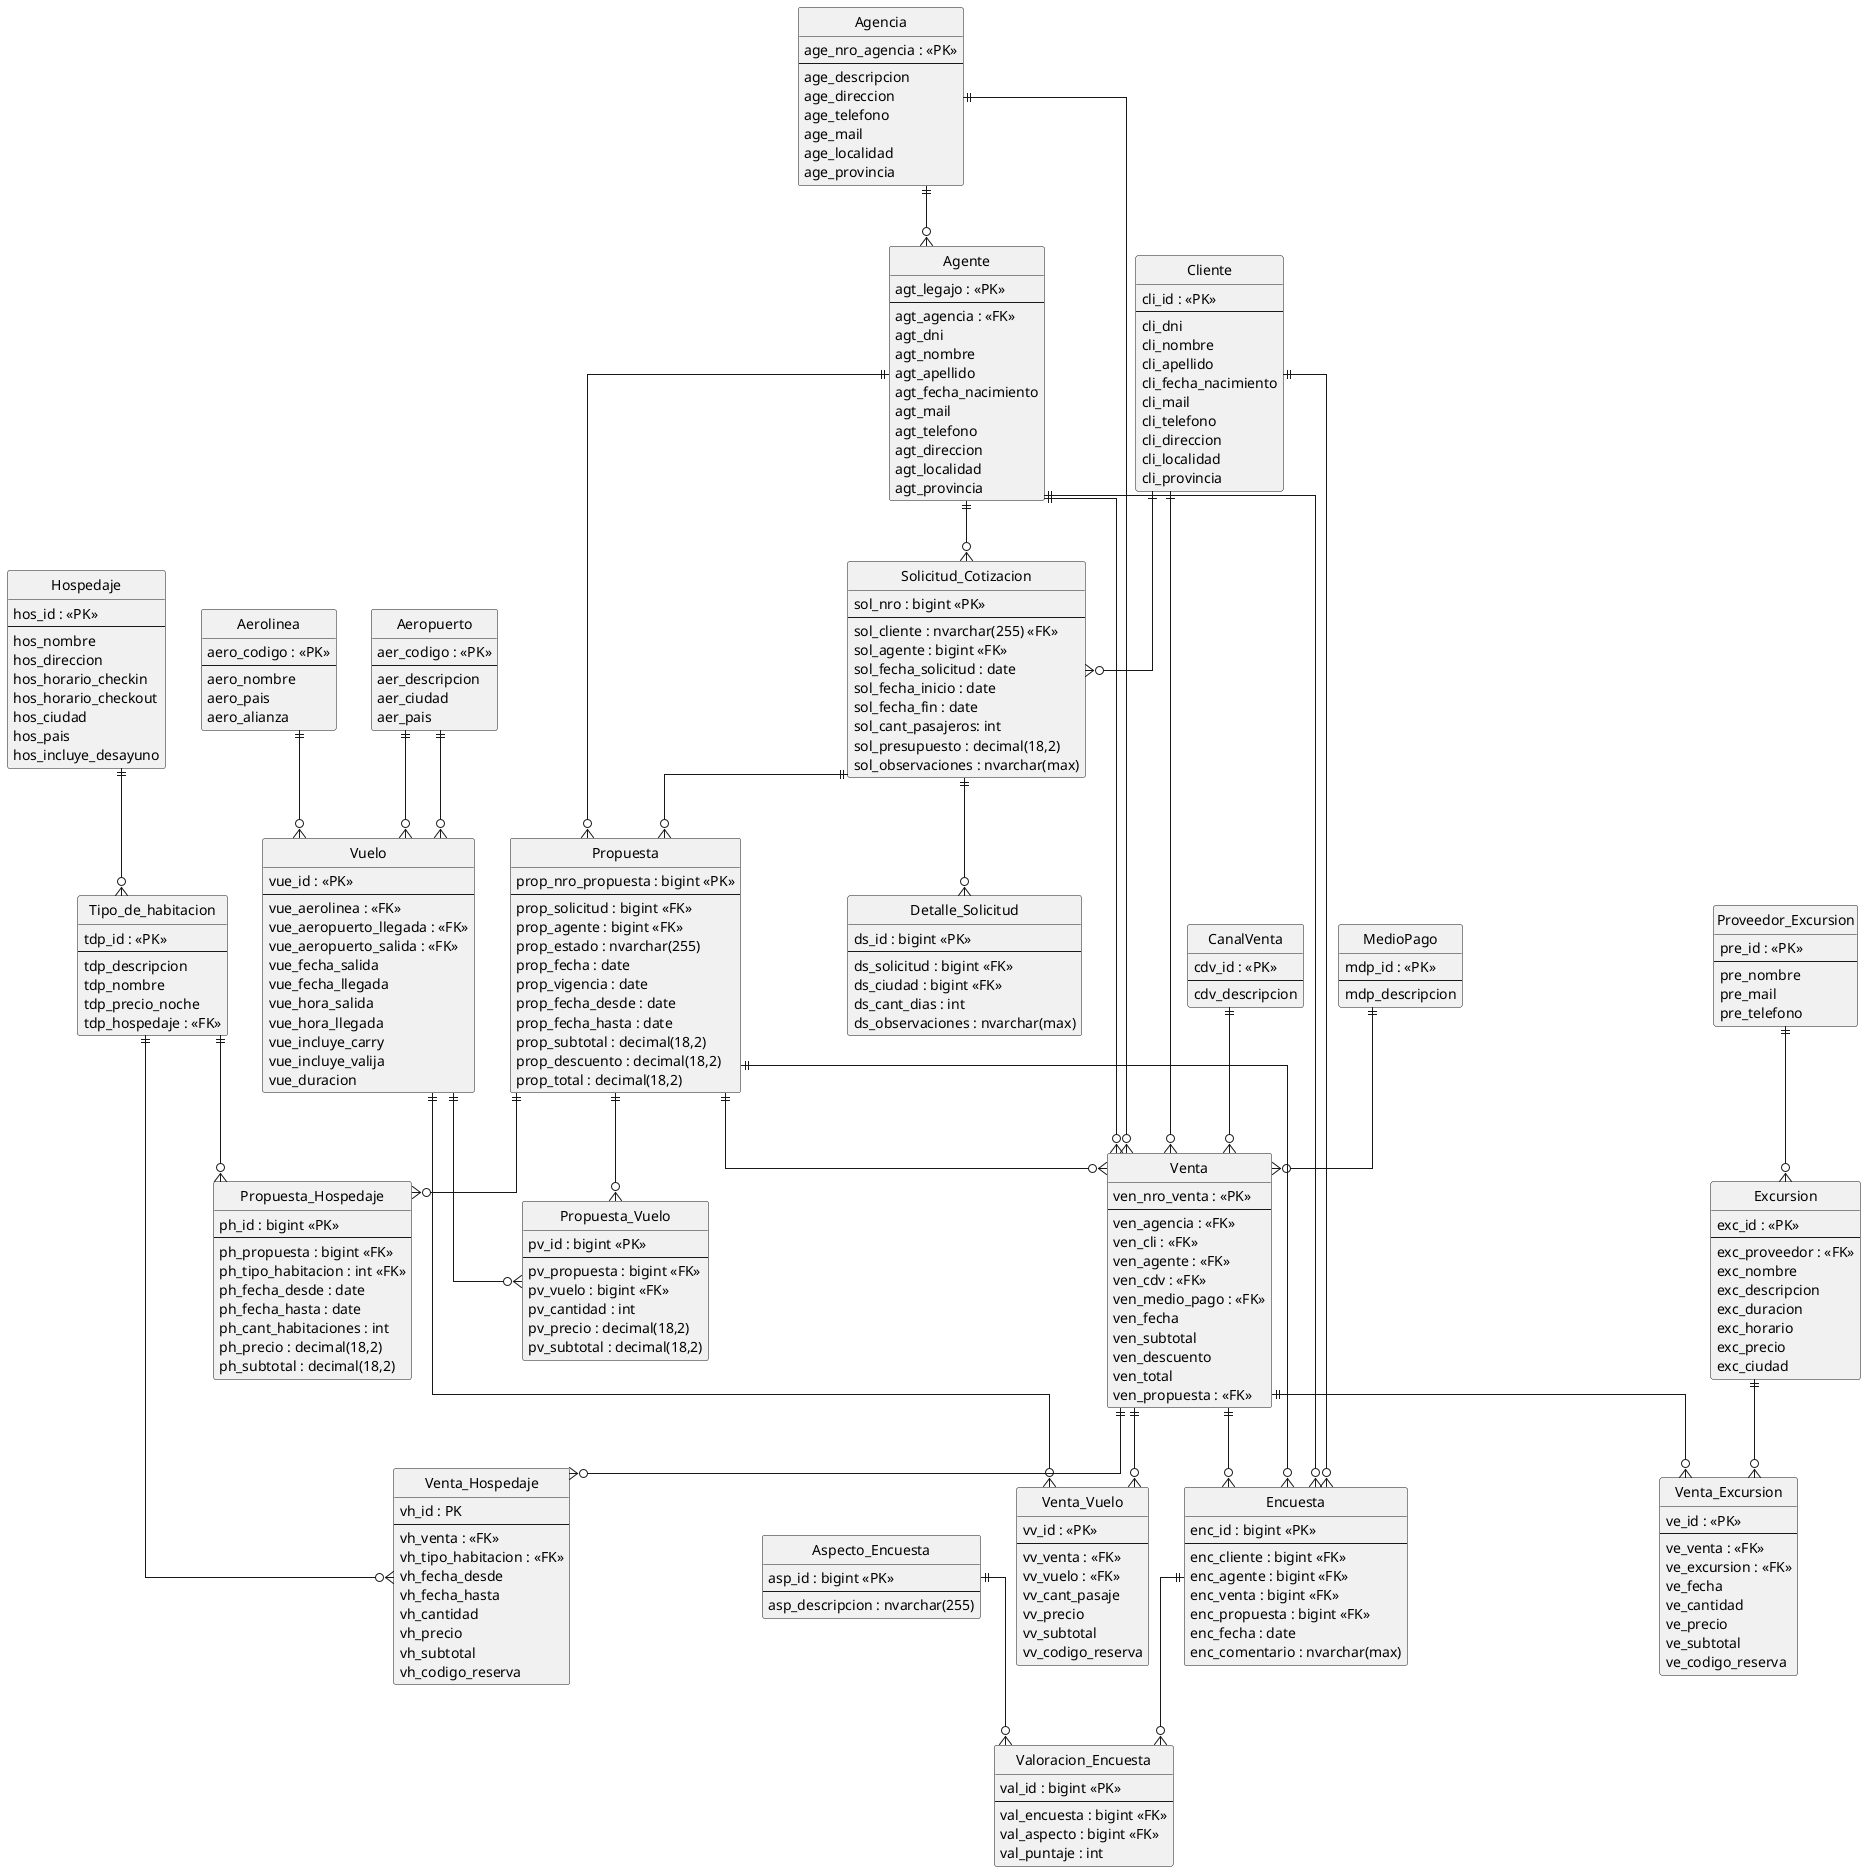
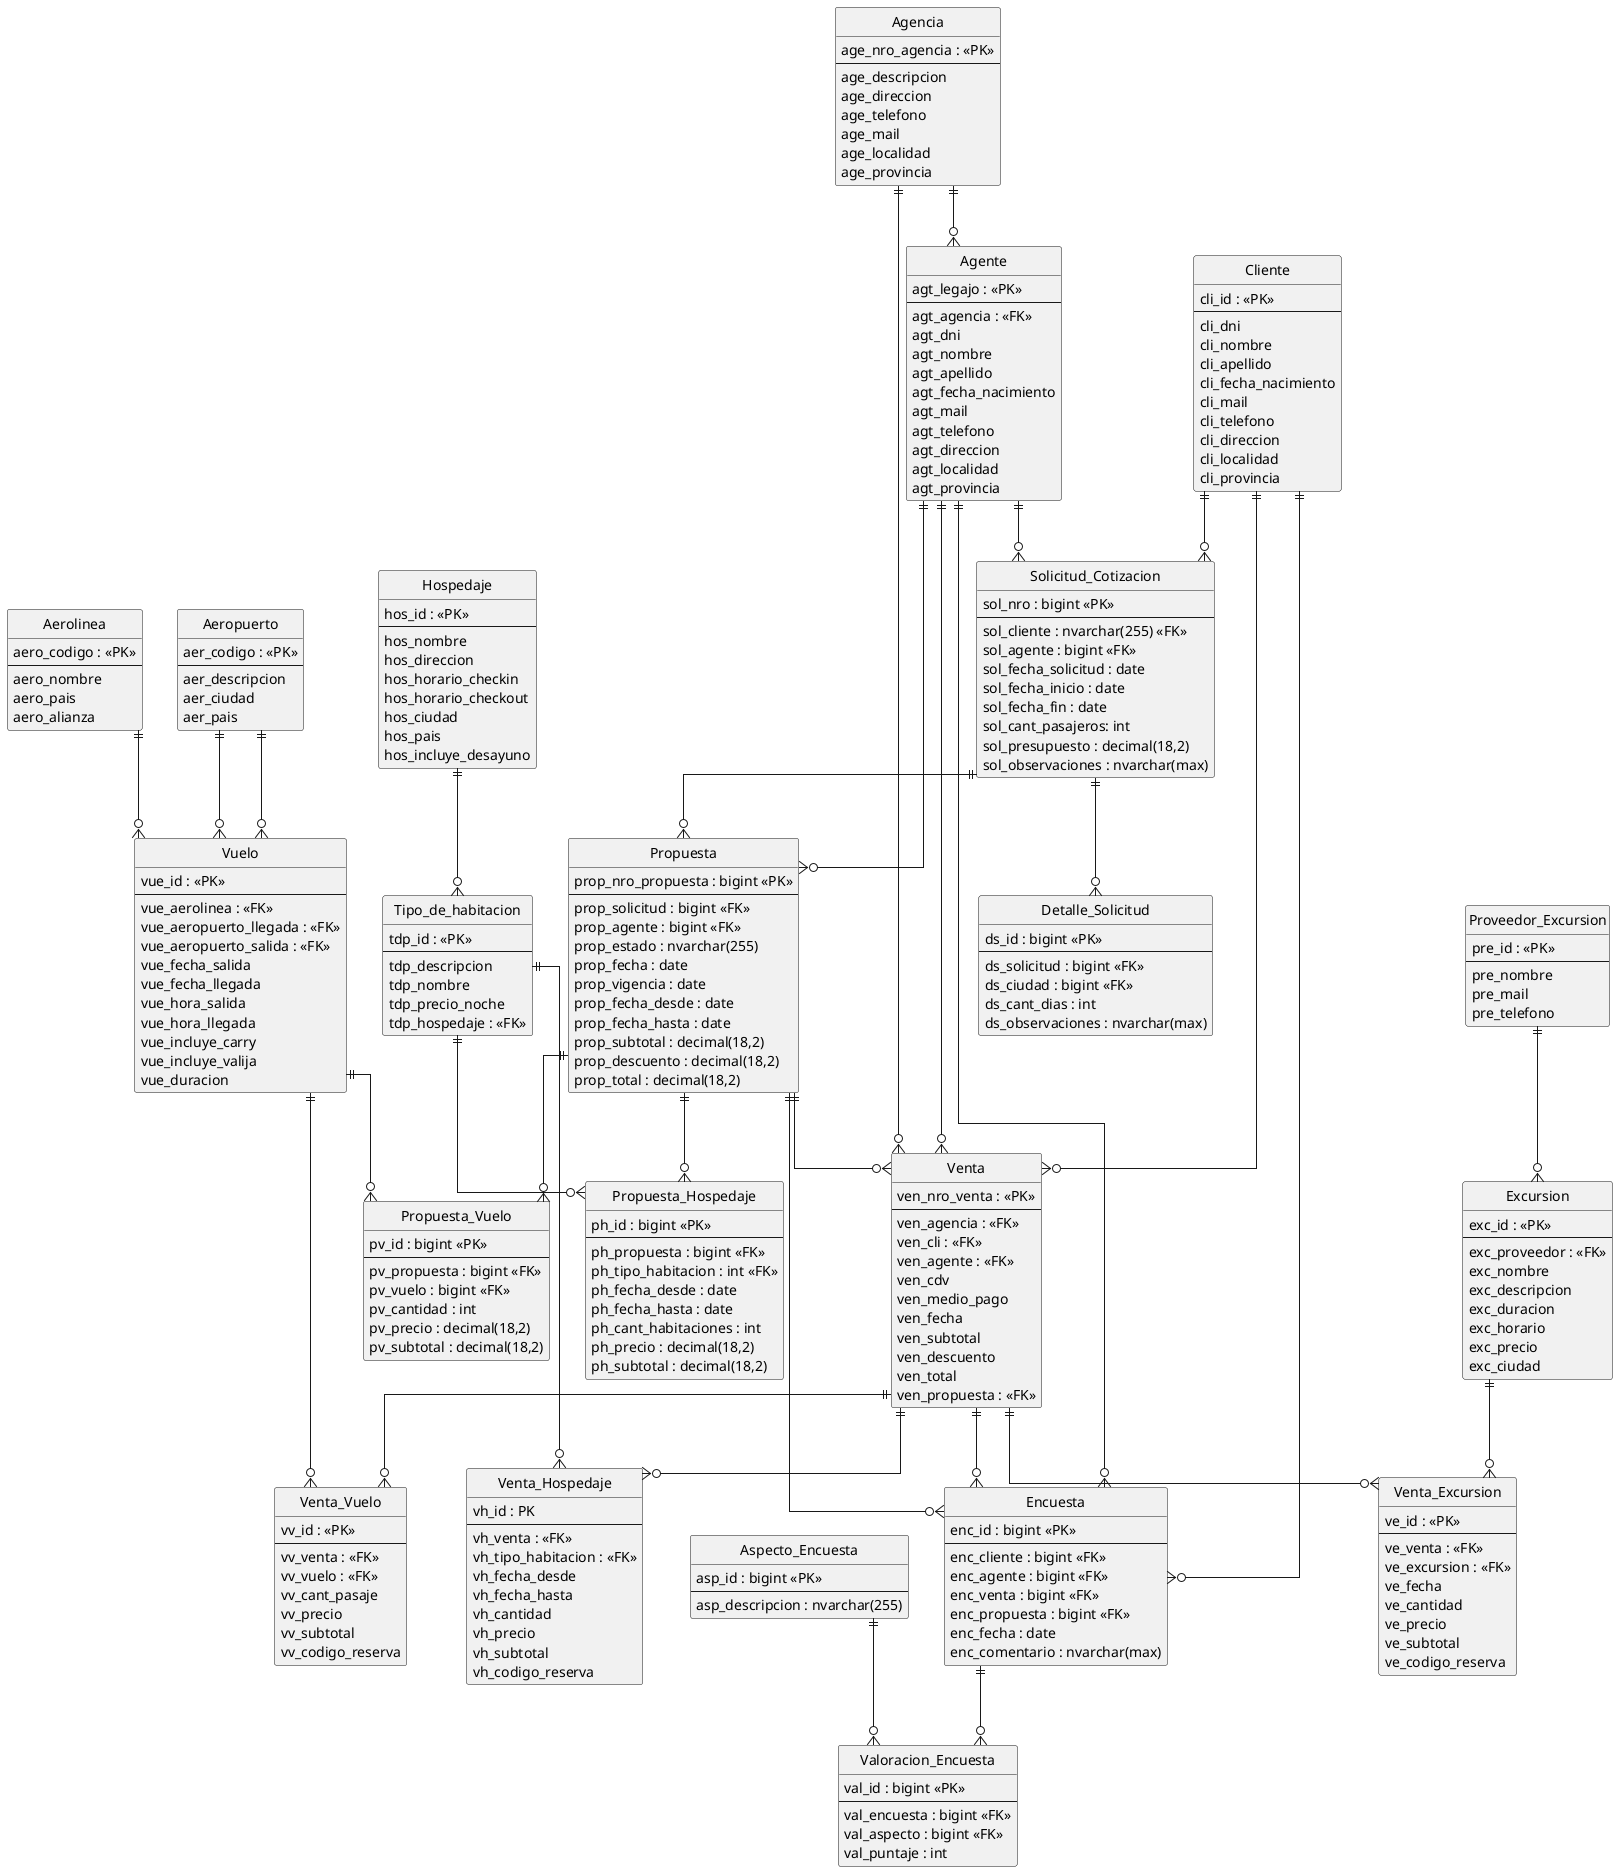
@startuml
hide circle
skinparam linetype ortho

entity Agencia {
  age_nro_agencia : <<PK>>
  --
  age_descripcion
  age_direccion
  age_telefono
  age_mail
  age_localidad
  age_provincia
}

entity Cliente {
  cli_id : <<PK>>
  --
  cli_dni
  cli_nombre
  cli_apellido
  cli_fecha_nacimiento
  cli_mail
  cli_telefono
  cli_direccion
  cli_localidad
  cli_provincia
}

entity Agente {
  agt_legajo : <<PK>>
  --
  agt_agencia : <<FK>>
  agt_dni
  agt_nombre
  agt_apellido
  agt_fecha_nacimiento
  agt_mail
  agt_telefono
  agt_direccion
  agt_localidad
  agt_provincia
}

- entity CanalVenta {
-   cdv_id : <<PK>>
-   --
-   cdv_descripcion
- }
- 
- entity MedioPago {
-   mdp_id : <<PK>>
-   --
-   mdp_descripcion
- }
- 
entity Aerolinea {
  aero_codigo : <<PK>>
  --
  aero_nombre
  aero_pais
  aero_alianza
}

entity Aeropuerto {
  aer_codigo : <<PK>>
  --
  aer_descripcion
  aer_ciudad
  aer_pais
}

entity Vuelo {
  vue_id : <<PK>>
  --
  vue_aerolinea : <<FK>>
  vue_aeropuerto_llegada : <<FK>>
  vue_aeropuerto_salida : <<FK>>
  vue_fecha_salida
  vue_fecha_llegada
  vue_hora_salida
  vue_hora_llegada
  vue_incluye_carry
  vue_incluye_valija
  vue_duracion
}

entity Hospedaje {
  hos_id : <<PK>>
  --
  hos_nombre
  hos_direccion
  hos_horario_checkin
  hos_horario_checkout
  hos_ciudad
  hos_pais
  hos_incluye_desayuno
}

entity Tipo_de_habitacion {
  tdp_id : <<PK>>
  --
  tdp_descripcion
  tdp_nombre
  tdp_precio_noche
  tdp_hospedaje : <<FK>>
}

entity Proveedor_Excursion {
  pre_id : <<PK>>
  --
  pre_nombre
  pre_mail
  pre_telefono
}

entity Excursion {
  exc_id : <<PK>>
  --
  exc_proveedor : <<FK>>
  exc_nombre
  exc_descripcion
  exc_duracion
  exc_horario
  exc_precio
  exc_ciudad
}

entity Venta {
  ven_nro_venta : <<PK>>
  --
  ven_agencia : <<FK>>
  ven_cli : <<FK>>
  ven_agente : <<FK>>
-   ven_cdv : <<FK>>
-   ven_medio_pago : <<FK>>
+   ven_cdv
+   ven_medio_pago
  ven_fecha
  ven_subtotal
  ven_descuento
  ven_total
  ven_propuesta : <<FK>>
}

entity Venta_Vuelo {
  vv_id : <<PK>>
  --
  vv_venta : <<FK>>
  vv_vuelo : <<FK>>
  vv_cant_pasaje
  vv_precio
  vv_subtotal
  vv_codigo_reserva
}

entity Venta_Hospedaje {
  vh_id : PK
  --
  vh_venta : <<FK>>
  vh_tipo_habitacion : <<FK>>
  vh_fecha_desde
  vh_fecha_hasta
  vh_cantidad
  vh_precio
  vh_subtotal
  vh_codigo_reserva
}

entity Venta_Excursion {
  ve_id : <<PK>>
  --
  ve_venta : <<FK>>
  ve_excursion : <<FK>>
  ve_fecha
  ve_cantidad
  ve_precio
  ve_subtotal
  ve_codigo_reserva
}

entity Solicitud_Cotizacion {
  sol_nro : bigint <<PK>>
  --
  sol_cliente : nvarchar(255) <<FK>>
  sol_agente : bigint <<FK>>
  sol_fecha_solicitud : date
  sol_fecha_inicio : date
  sol_fecha_fin : date
  sol_cant_pasajeros: int
  sol_presupuesto : decimal(18,2)
  sol_observaciones : nvarchar(max)
}

entity Detalle_Solicitud {
  ds_id : bigint <<PK>>
  --
  ds_solicitud : bigint <<FK>>
  ds_ciudad : bigint <<FK>>
  ds_cant_dias : int
  ds_observaciones : nvarchar(max)
}

entity Propuesta {
  prop_nro_propuesta : bigint <<PK>>
  --
  prop_solicitud : bigint <<FK>>
  prop_agente : bigint <<FK>>
  prop_estado : nvarchar(255)
  prop_fecha : date
  prop_vigencia : date
  prop_fecha_desde : date
  prop_fecha_hasta : date
  prop_subtotal : decimal(18,2)
  prop_descuento : decimal(18,2)
  prop_total : decimal(18,2)
}

entity Propuesta_Vuelo {
  pv_id : bigint <<PK>>
  --
  pv_propuesta : bigint <<FK>>
  pv_vuelo : bigint <<FK>>
  pv_cantidad : int
  pv_precio : decimal(18,2)
  pv_subtotal : decimal(18,2)
}

entity Propuesta_Hospedaje {
  ph_id : bigint <<PK>>
  --
  ph_propuesta : bigint <<FK>>
  ph_tipo_habitacion : int <<FK>>
  ph_fecha_desde : date
  ph_fecha_hasta : date
  ph_cant_habitaciones : int
  ph_precio : decimal(18,2)
  ph_subtotal : decimal(18,2)
}

entity Encuesta {
  enc_id : bigint <<PK>>
  --
  enc_cliente : bigint <<FK>>
  enc_agente : bigint <<FK>>
  enc_venta : bigint <<FK>>
  enc_propuesta : bigint <<FK>>
  enc_fecha : date
  enc_comentario : nvarchar(max)
}

entity Aspecto_Encuesta {
  asp_id : bigint <<PK>>
  --
  asp_descripcion : nvarchar(255)
}

entity Valoracion_Encuesta {
  val_id : bigint <<PK>>
  --
  val_encuesta : bigint <<FK>>
  val_aspecto : bigint <<FK>>
  val_puntaje : int
}

Agencia ||--o{ Agente
Agencia ||--o{ Venta

Cliente ||--o{ Venta
Cliente ||--o{ Solicitud_Cotizacion
Cliente ||--o{ Encuesta

Agente ||--o{ Venta
Agente ||--o{ Solicitud_Cotizacion
Agente ||--o{ Propuesta
Agente ||--o{ Encuesta

- CanalVenta ||--o{ Venta
- MedioPago ||--o{ Venta
- 
Aerolinea ||--o{ Vuelo
Aeropuerto ||--o{ Vuelo
Aeropuerto ||--o{ Vuelo

Hospedaje ||--o{ Tipo_de_habitacion

Proveedor_Excursion ||--o{ Excursion

Venta ||--o{ Venta_Vuelo
Venta ||--o{ Venta_Hospedaje
Venta ||--o{ Venta_Excursion

Vuelo ||--o{ Venta_Vuelo
Tipo_de_habitacion ||--o{ Venta_Hospedaje
Excursion ||--o{ Venta_Excursion

Solicitud_Cotizacion ||--o{ Detalle_Solicitud
Solicitud_Cotizacion ||--o{ Propuesta

Propuesta ||--o{ Propuesta_Vuelo
Propuesta ||--o{ Propuesta_Hospedaje

Vuelo ||--o{ Propuesta_Vuelo
Tipo_de_habitacion ||--o{ Propuesta_Hospedaje

Propuesta ||--o{ Venta

Encuesta ||--o{ Valoracion_Encuesta
Aspecto_Encuesta ||--o{ Valoracion_Encuesta

Venta ||--o{ Encuesta
Propuesta ||--o{ Encuesta


@enduml
